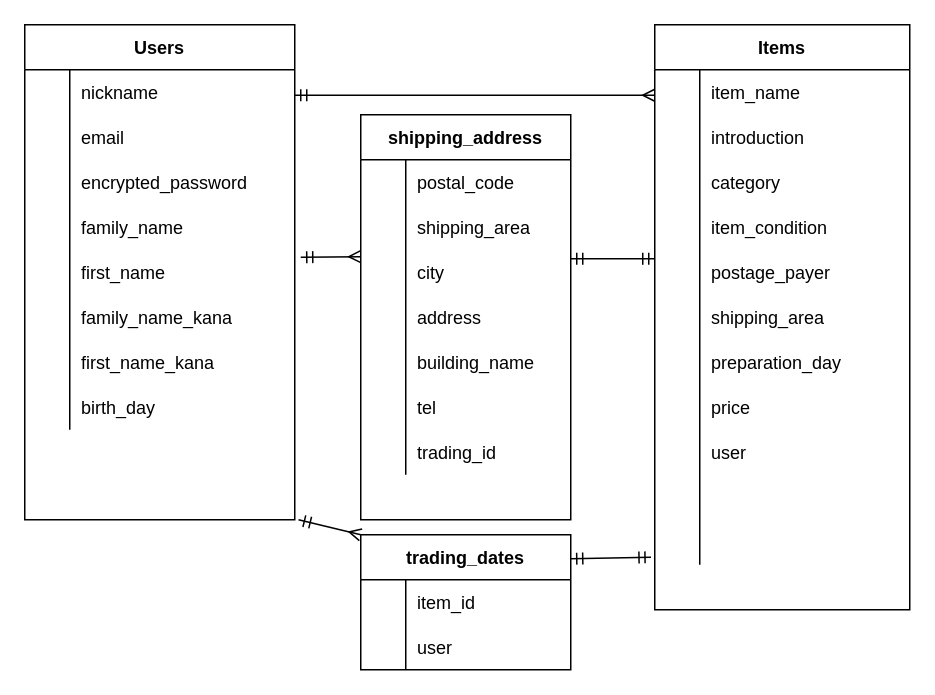
The draw.io diagram furima.dio in CKougami/furima-37663, before the edit. Source tidied: cells renumbered, new cells numbered last; positions are measured from the earlier drawing's top-left corner, leaving out a move shared by most shapes. Both pictures are drawn from the tidied source at 150%, with x=0, y=0 at pixel (24, 24).
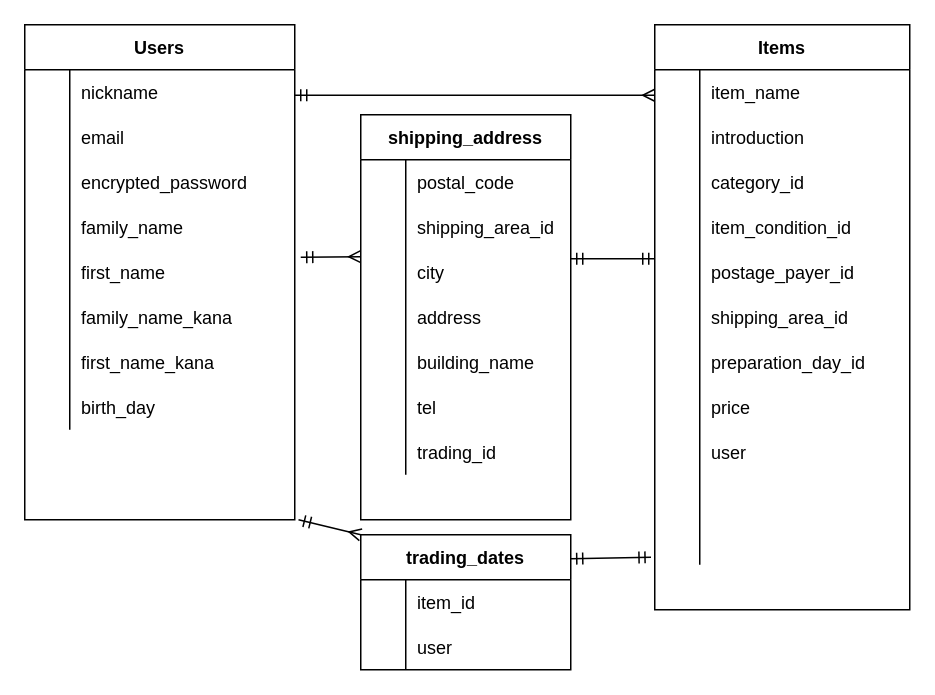
The same page after the edit.

Commit message (it also covers changes not shown here):
データベース設計（items,shipping_address）

①categoryカラムをinteger型に変更
②各種active hashのカラム名の末尾へ「_id」を追記

The change refers to these unchanged cells:
```xml
<mxCell id="34" style="shape=partialRectangle;fillColor=none;top=0;left=0;bottom=0;right=0;" parent="27" vertex="1">
  <mxGeometry y="90" width="170" height="30" as="geometry" />
</mxCell>
<mxCell id="37" style="shape=partialRectangle;fillColor=none;top=0;left=0;bottom=0;right=0;" parent="27" vertex="1">
  <mxGeometry y="120" width="170" height="30" as="geometry" />
</mxCell>
<mxCell id="40" style="shape=partialRectangle;fillColor=none;top=0;left=0;bottom=0;right=0;" parent="27" vertex="1">
  <mxGeometry y="150" width="170" height="30" as="geometry" />
</mxCell>
<mxCell id="43" style="shape=partialRectangle;fillColor=none;top=0;left=0;bottom=0;right=0;" parent="27" vertex="1">
  <mxGeometry y="180" width="170" height="30" as="geometry" />
</mxCell>
<mxCell id="46" style="shape=partialRectangle;fillColor=none;top=0;left=0;bottom=0;right=0;" parent="27" vertex="1">
  <mxGeometry y="210" width="170" height="30" as="geometry" />
</mxCell>
<mxCell id="76" style="shape=partialRectangle;fillColor=none;top=0;left=0;bottom=0;right=0;" parent="72" vertex="1">
  <mxGeometry y="60" width="140" height="30" as="geometry" />
</mxCell>
```

The edit, as a diff of the source:
```diff
@@
-    <mxCell id="36" value="category" style="shape=partialRectangle;fillColor=none;top=0;left=0;bottom=0;right=0;align=left;spacingLeft=6;overflow=hidden;" parent="34" vertex="1">
+    <mxCell id="36" value="category_id" style="shape=partialRectangle;fillColor=none;top=0;left=0;bottom=0;right=0;align=left;spacingLeft=6;overflow=hidden;" parent="34" vertex="1">
       <mxGeometry x="30" width="140" height="30" as="geometry" />
     </mxCell>
@@
-    <mxCell id="39" value="item_condition" style="shape=partialRectangle;fillColor=none;top=0;left=0;bottom=0;right=0;align=left;spacingLeft=6;overflow=hidden;" parent="37" vertex="1">
+    <mxCell id="39" value="item_condition_id" style="shape=partialRectangle;fillColor=none;top=0;left=0;bottom=0;right=0;align=left;spacingLeft=6;overflow=hidden;" parent="37" vertex="1">
       <mxGeometry x="30" width="140" height="30" as="geometry" />
     </mxCell>
@@
-    <mxCell id="42" value="postage_payer" style="shape=partialRectangle;fillColor=none;top=0;left=0;bottom=0;right=0;align=left;spacingLeft=6;overflow=hidden;" parent="40" vertex="1">
+    <mxCell id="42" value="postage_payer_id" style="shape=partialRectangle;fillColor=none;top=0;left=0;bottom=0;right=0;align=left;spacingLeft=6;overflow=hidden;" parent="40" vertex="1">
       <mxGeometry x="30" width="140" height="30" as="geometry" />
     </mxCell>
@@
-    <mxCell id="45" value="shipping_area" style="shape=partialRectangle;fillColor=none;top=0;left=0;bottom=0;right=0;align=left;spacingLeft=6;overflow=hidden;" parent="43" vertex="1">
+    <mxCell id="45" value="shipping_area_id" style="shape=partialRectangle;fillColor=none;top=0;left=0;bottom=0;right=0;align=left;spacingLeft=6;overflow=hidden;" parent="43" vertex="1">
       <mxGeometry x="30" width="140" height="30" as="geometry" />
     </mxCell>
@@
-    <mxCell id="48" value="preparation_day" style="shape=partialRectangle;fillColor=none;top=0;left=0;bottom=0;right=0;align=left;spacingLeft=6;overflow=hidden;" parent="46" vertex="1">
+    <mxCell id="48" value="preparation_day_id" style="shape=partialRectangle;fillColor=none;top=0;left=0;bottom=0;right=0;align=left;spacingLeft=6;overflow=hidden;" parent="46" vertex="1">
       <mxGeometry x="30" width="140" height="30" as="geometry" />
     </mxCell>
@@
-    <mxCell id="78" value="shipping_area" style="shape=partialRectangle;fillColor=none;top=0;left=0;bottom=0;right=0;align=left;spacingLeft=6;overflow=hidden;" parent="76" vertex="1">
+    <mxCell id="78" value="shipping_area_id" style="shape=partialRectangle;fillColor=none;top=0;left=0;bottom=0;right=0;align=left;spacingLeft=6;overflow=hidden;" parent="76" vertex="1">
       <mxGeometry x="30" width="110" height="30" as="geometry" />
     </mxCell>
```
